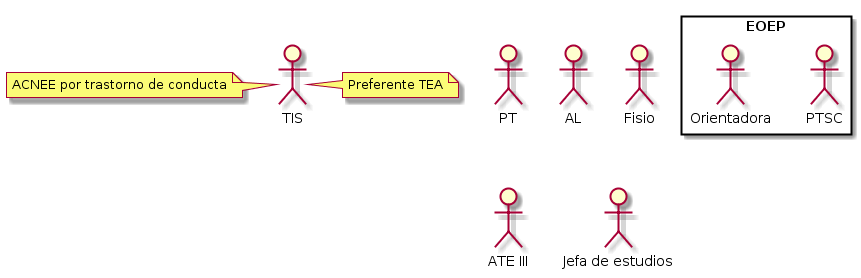
Above: equipo-apoyo.png in alvarogonzalezsotillo/charla-tis (PlantUML), before the change.
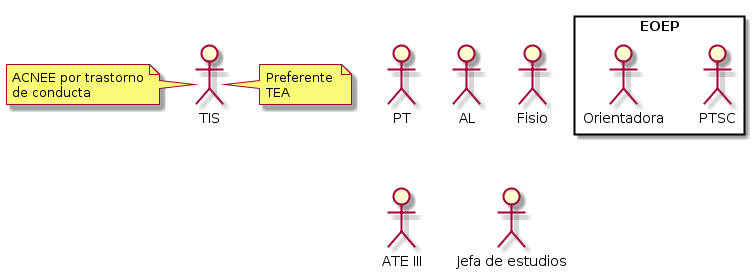
The same file after the commit.

Diff of the diagram source:
```diff
@@ -16,8 +16,14 @@
 
 :TIS:
 
-note right of TIS: Preferente TEA
+note right of TIS
+Preferente
+TEA
+end note
 
-note left of TIS: ACNEE por trastorno de conducta
+note left of TIS
+ACNEE por trastorno
+de conducta
+end note
 
 @enduml
```
